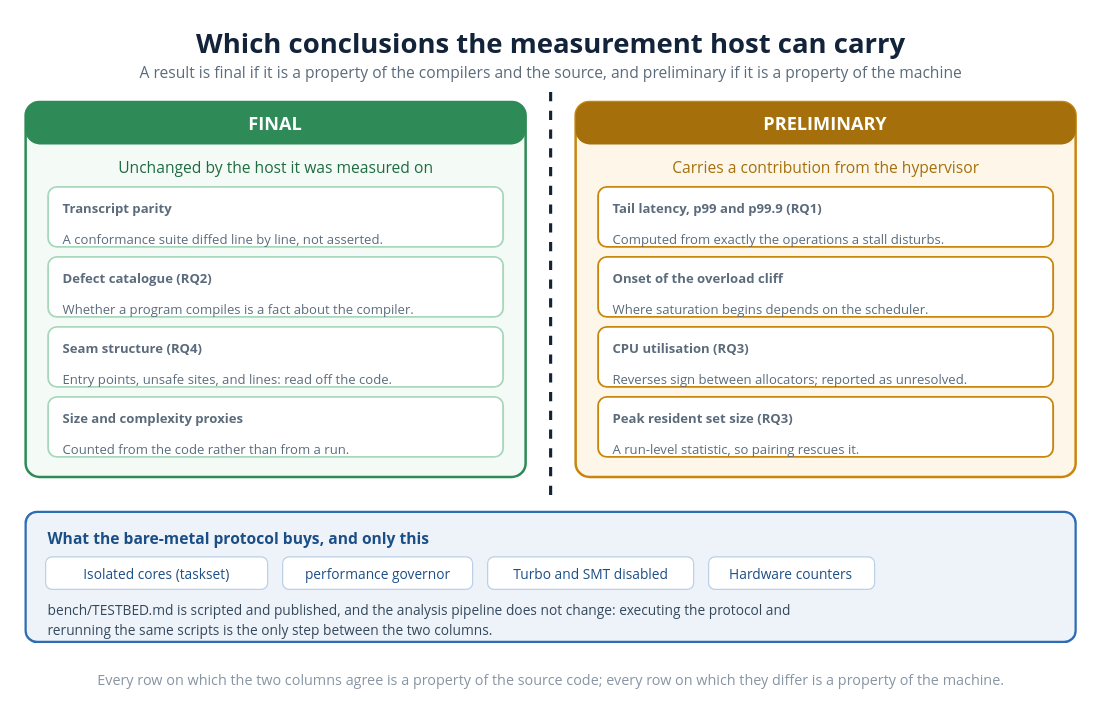
Before: diagrams/21_evidence_classes.drawio in VienThanh12/Master-Thesis, a draw.io diagram. Source tidied: cells renumbered, new cells numbered last; positions are measured from the earlier drawing's top-left corner, leaving out a move shared by most shapes. Both pictures are drawn from the tidied source at 125%, with x=0, y=0 at pixel (21, 20).
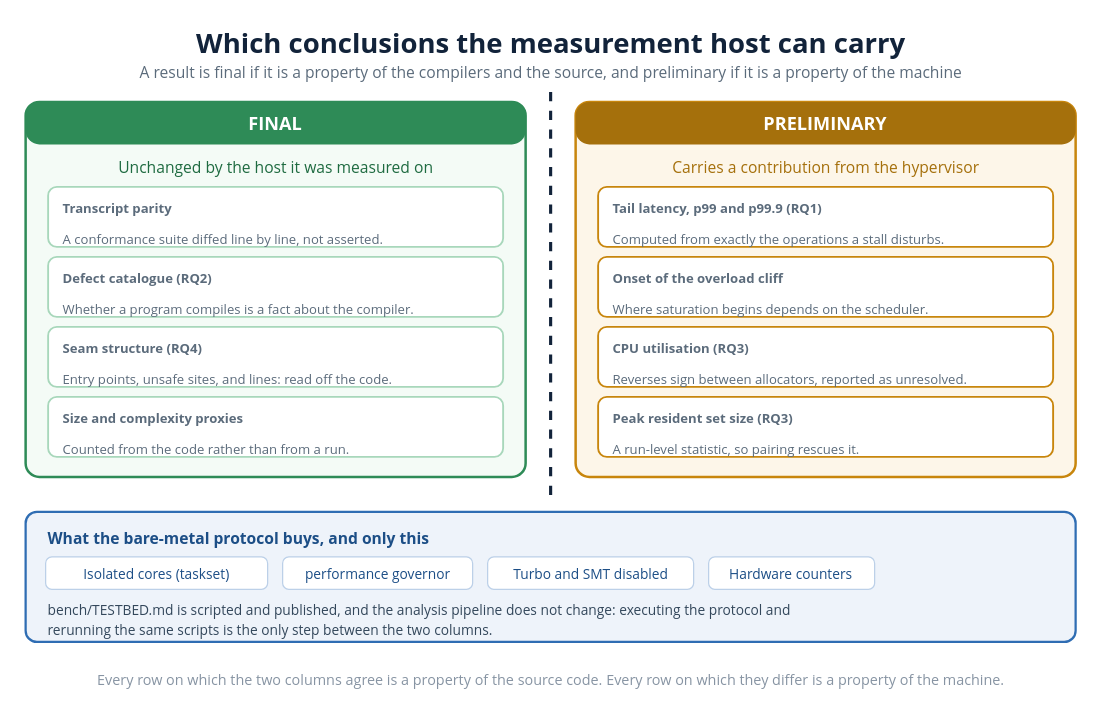
The same page after the edit.

The edit, as a diff of the source:
```diff
@@
-    <mxCell id="16" value="&lt;b&gt;CPU utilisation (RQ3)&lt;/b&gt;&lt;br&gt;&lt;br&gt;Reverses sign between allocators; reported as unresolved." style="rounded=1;whiteSpace=wrap;html=1;absoluteArcSize=1;arcSize=14;fillColor=#ffffff;strokeColor=#c8860d;strokeWidth=1.5;align=left;verticalAlign=top;spacingLeft=10;spacingTop=4;spacingRight=6;fontSize=10.5;fontColor=#5b6b7b;fontFamily=Segoe UI;" parent="1" vertex="1">
+    <mxCell id="16" value="&lt;b&gt;CPU utilisation (RQ3)&lt;/b&gt;&lt;br&gt;&lt;br&gt;Reverses sign between allocators, reported as unresolved." style="rounded=1;whiteSpace=wrap;html=1;absoluteArcSize=1;arcSize=14;fillColor=#ffffff;strokeColor=#c8860d;strokeWidth=1.5;align=left;verticalAlign=top;spacingLeft=10;spacingTop=4;spacingRight=6;fontSize=10.5;fontColor=#5b6b7b;fontFamily=Segoe UI;" parent="1" vertex="1">
       <mxGeometry x="461" y="245" width="364" height="48" as="geometry" />
     </mxCell>
@@
-    <mxCell id="27" value="Every row on which the two columns agree is a property of the source code; every row on which they differ is a property of the machine." style="text;html=1;strokeColor=none;fillColor=none;whiteSpace=nowrap;align=center;verticalAlign=middle;fontSize=11.5;fontColor=#8794a3;fontFamily=Segoe UI;" parent="1" vertex="1">
+    <mxCell id="27" value="Every row on which the two columns agree is a property of the source code. Every row on which they differ is a property of the machine." style="text;html=1;strokeColor=none;fillColor=none;whiteSpace=nowrap;align=center;verticalAlign=middle;fontSize=11.5;fontColor=#8794a3;fontFamily=Segoe UI;" parent="1" vertex="1">
       <mxGeometry x="-0.1" y="518.1" width="846.1" height="17.2" as="geometry" />
     </mxCell>
```
